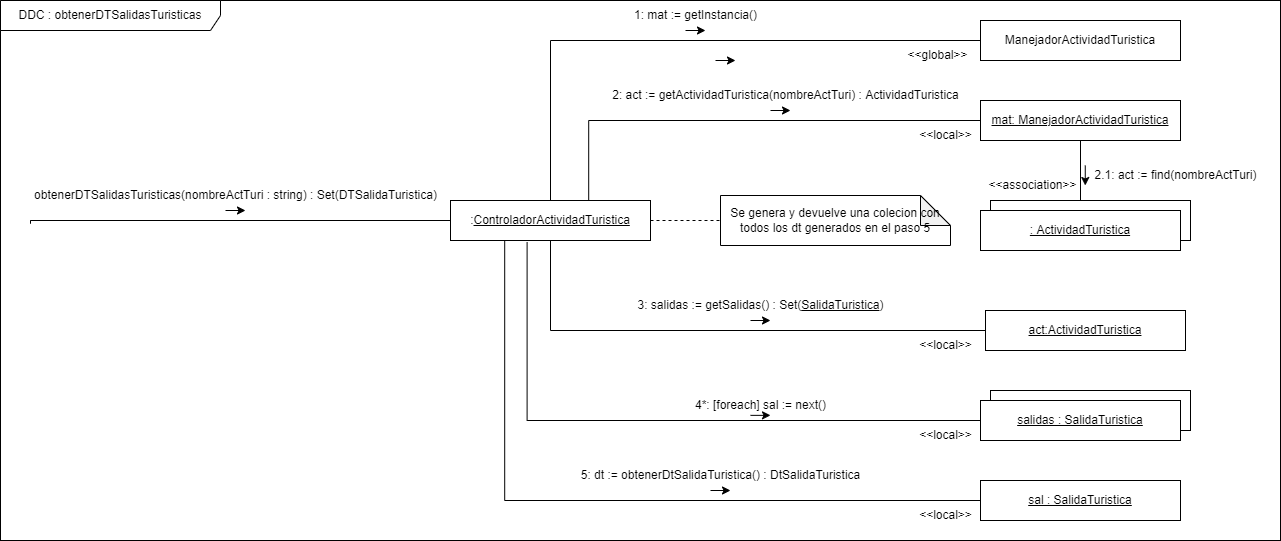
Before: Diseño/DDC/[DCOM] obtenerDTSalidasTuristicas.png, a diagram exported from draw.io (FacundoDiaz00/Taller-de-Programaci-n). Source tidied: cells renumbered, new cells last; positions are measured from the earlier drawing's top-left corner, leaving out a move shared by most shapes.
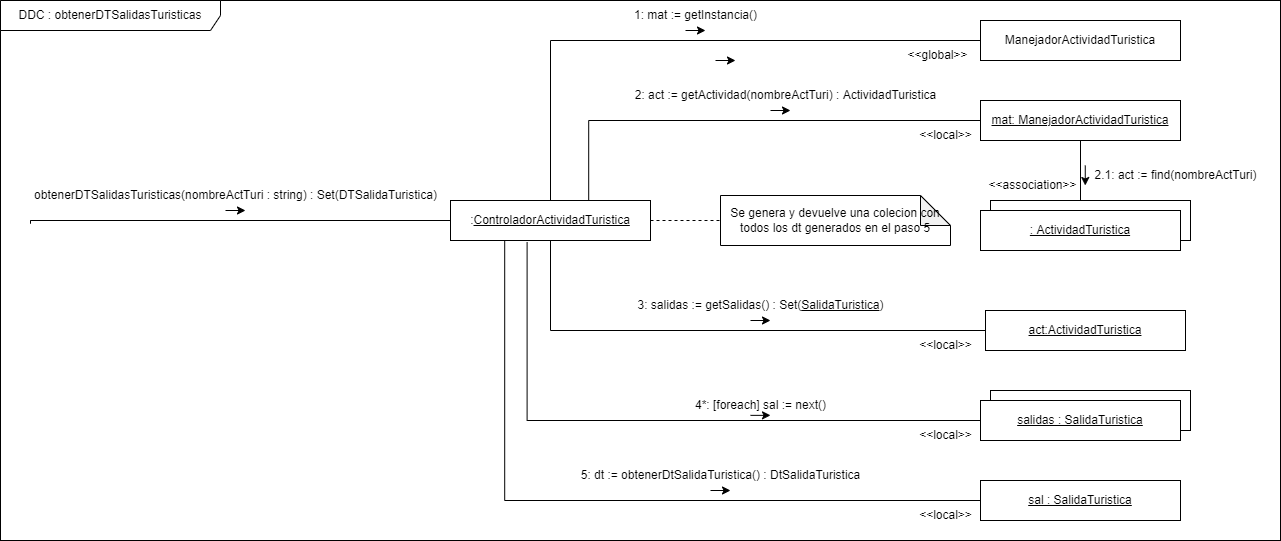
Later version of the same file.

Commit message:
paqueña modificar de obtenerDtSalidasTuristicas

What changed in the source:
```diff
@@ -68,8 +68,8 @@
     <mxCell id="19" value="&lt;u&gt;: ActividadTuristica&lt;/u&gt;" style="rounded=0;whiteSpace=wrap;html=1;" parent="17" vertex="1">
       <mxGeometry y="10" width="200" height="40" as="geometry" />
     </mxCell>
-    <mxCell id="20" value="2: act := getActividadTuristica(nombreActTuri) : ActividadTuristica" style="text;html=1;align=center;verticalAlign=middle;strokeColor=none;fillColor=none;" parent="1" vertex="1">
-      <mxGeometry x="600" y="80" width="370" height="30" as="geometry" />
+    <mxCell id="20" value="2: act := getActividad(nombreActTuri) : ActividadTuristica" style="text;html=1;align=center;verticalAlign=middle;strokeColor=none;fillColor=none;" parent="1" vertex="1">
+      <mxGeometry x="625" y="80" width="320" height="30" as="geometry" />
     </mxCell>
     <mxCell id="21" value="2.1: act := find(nombreActTuri)" style="text;html=1;align=center;verticalAlign=middle;strokeColor=none;fillColor=none;" parent="1" vertex="1">
       <mxGeometry x="1080" y="160" width="190" height="30" as="geometry" />
```
